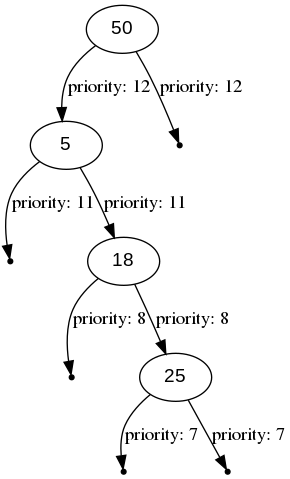
This is visLib/out/png/dump3.png from NikitaEvs/trees, a Graphviz export, as it was before one commit. Its source is kept beside it as visLib/out/dot/dump3.dot. The source it was exported from:
```dot
digraph BinarySearchTree {
    node [fontname = "Arial"];
    50 -> 5 [label="priority: 12"];
    null0[shape=point];
    5 -> null0 [label="priority: 11"];
    5 -> 18 [label="priority: 11"];
    null1[shape=point];
    18 -> null1 [label="priority: 8"];
    18 -> 25 [label="priority: 8"];
    null2[shape=point];
    25 -> null2 [label="priority: 7"];
    null3[shape=point];
    25 -> null3 [label="priority: 7"];
    null4[shape=point];
    50 -> null4 [label="priority: 12"];
}
```
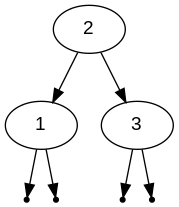
Later version of the same file.

The edit, as a diff of the source:
```diff
@@ -1,16 +1,13 @@
 digraph BinarySearchTree {
     node [fontname = "Arial"];
-    50 -> 5 [label="priority: 12"];
+    2 -> 1;
     null0[shape=point];
-    5 -> null0 [label="priority: 11"];
-    5 -> 18 [label="priority: 11"];
+    1 -> null0;
     null1[shape=point];
-    18 -> null1 [label="priority: 8"];
-    18 -> 25 [label="priority: 8"];
+    1 -> null1;
+    2 -> 3;
     null2[shape=point];
-    25 -> null2 [label="priority: 7"];
+    3 -> null2;
     null3[shape=point];
-    25 -> null3 [label="priority: 7"];
-    null4[shape=point];
-    50 -> null4 [label="priority: 12"];
+    3 -> null3;
 }
```
